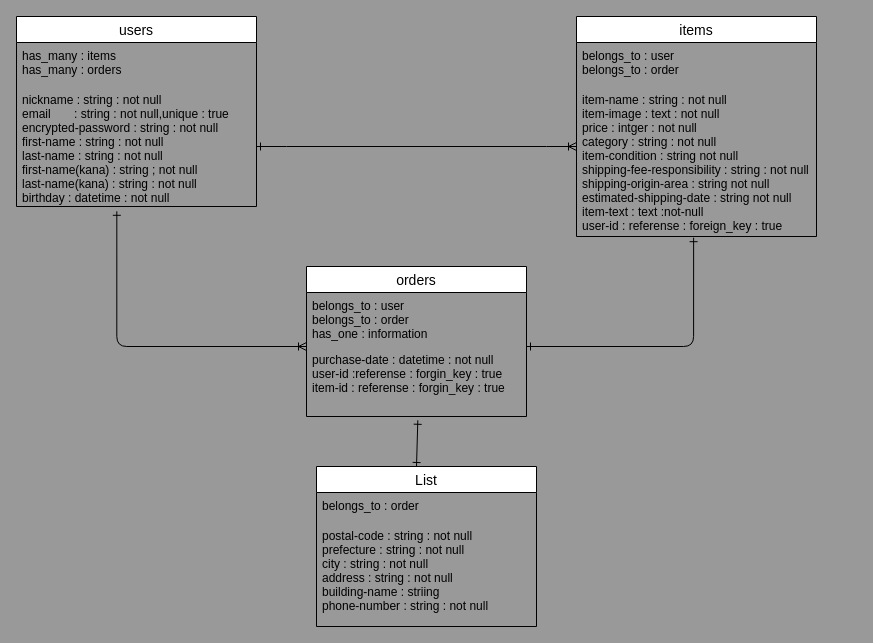
ks022564/furima-41030 keeps this draw.io diagram as furima.dio. Above is the earlier version. Source tidied: cells renumbered, new cells numbered last; positions are measured from the earlier drawing's top-left corner, leaving out a move shared by most shapes. Both pictures are drawn from the tidied source at 100%, with x=0, y=0 at pixel (16, 16).
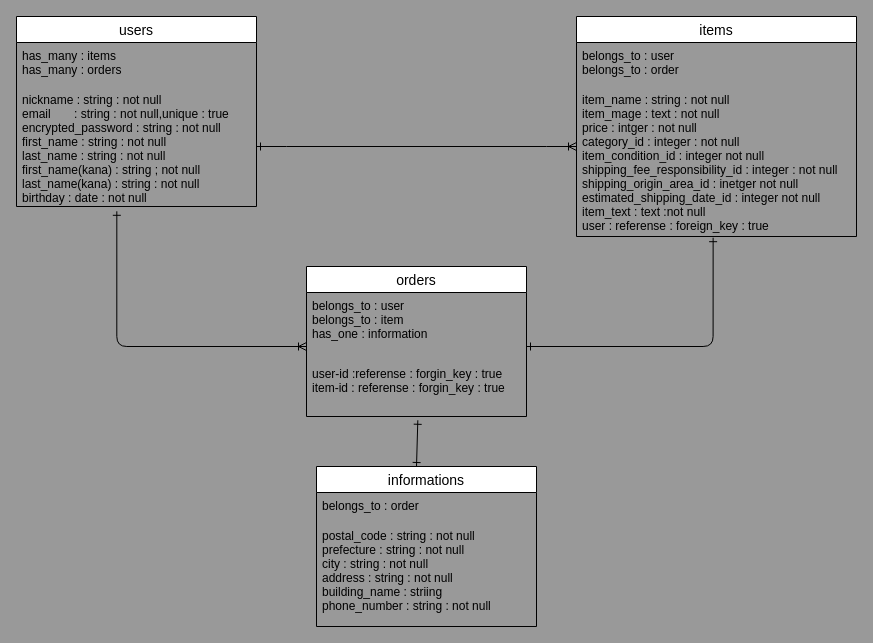
Above is the later version.

Commit message (it also covers changes not shown here):
ER図。DB設計修正

Unchanged cells that the change refers to:
```xml
<mxCell id="4" value="orders" style="swimlane;fontStyle=0;horizontal=1;startSize=26;align=center;fontSize=14;" parent="1" vertex="1">
  <mxGeometry x="290" y="250" width="220" height="150" as="geometry" />
</mxCell>
<mxCell id="7" value="users" style="swimlane;fontStyle=0;horizontal=1;startSize=26;align=center;fontSize=14;" parent="1" vertex="1">
  <mxGeometry width="240" height="190" as="geometry" />
</mxCell>
```

Diff of the diagram source:
```diff
@@
-    <mxCell id="5" value="belongs_to : user&#10;belongs_to : order&#10;has_one : information" style="text;strokeColor=none;fillColor=none;spacingLeft=4;spacingRight=4;overflow=hidden;fontSize=12;" parent="4" vertex="1">
+    <mxCell id="5" value="belongs_to : user&#10;belongs_to : item&#10;has_one : information" style="text;strokeColor=none;fillColor=none;spacingLeft=4;spacingRight=4;overflow=hidden;fontSize=12;" parent="4" vertex="1">
       <mxGeometry y="26" width="220" height="54" as="geometry" />
     </mxCell>
-    <mxCell id="6" value="purchase-date : datetime : not null&#10;user-id :referense : forgin_key : true&#10;item-id : referense : forgin_key : true" style="text;strokeColor=none;fillColor=none;spacingLeft=4;spacingRight=4;overflow=hidden;points=[[0,0.5],[1,0.5]];portConstraint=eastwest;fontSize=12;" parent="4" vertex="1">
+    <mxCell id="6" value="&#10;user-id :referense : forgin_key : true&#10;item-id : referense : forgin_key : true" style="text;strokeColor=none;fillColor=none;spacingLeft=4;spacingRight=4;overflow=hidden;points=[[0,0.5],[1,0.5]];portConstraint=eastwest;fontSize=12;" parent="4" vertex="1">
       <mxGeometry y="80" width="220" height="70" as="geometry" />
     </mxCell>
@@
-    <mxCell id="9" value="nickname : string : not null&#10;email       : string : not null,unique : true&#10;encrypted-password : string : not null&#10;first-name : string : not null&#10;last-name : string : not null&#10;first-name(kana) : string ; not null&#10;last-name(kana) : string : not null&#10;birthday : datetime : not null" style="text;strokeColor=none;fillColor=none;spacingLeft=4;spacingRight=4;overflow=hidden;points=[[0,0.5],[1,0.5]];portConstraint=eastwest;fontSize=12;" parent="7" vertex="1">
+    <mxCell id="9" value="nickname : string : not null&#10;email       : string : not null,unique : true&#10;encrypted_password : string : not null&#10;first_name : string : not null&#10;last_name : string : not null&#10;first_name(kana) : string ; not null&#10;last_name(kana) : string : not null&#10;birthday : date : not null" style="text;strokeColor=none;fillColor=none;spacingLeft=4;spacingRight=4;overflow=hidden;points=[[0,0.5],[1,0.5]];portConstraint=eastwest;fontSize=12;" parent="7" vertex="1">
       <mxGeometry y="70" width="240" height="120" as="geometry" />
     </mxCell>
     <mxCell id="10" value="items" style="swimlane;fontStyle=0;horizontal=1;startSize=26;align=center;fontSize=14;" parent="1" vertex="1">
-      <mxGeometry x="560" width="240" height="220" as="geometry" />
+      <mxGeometry x="560" width="280" height="220" as="geometry" />
     </mxCell>
     <mxCell id="11" value="belongs_to : user&#10;belongs_to : order" style="text;strokeColor=none;fillColor=none;spacingLeft=4;spacingRight=4;overflow=hidden;fontSize=12;" parent="10" vertex="1">
-      <mxGeometry y="26" width="240" height="44" as="geometry" />
+      <mxGeometry y="26" width="280" height="44" as="geometry" />
     </mxCell>
-    <mxCell id="12" value="item-name : string : not null&#10;item-image : text : not null&#10;price : intger : not null&#10;category : string : not null&#10;item-condition : string not null&#10;shipping-fee-responsibility : string : not null&#10;shipping-origin-area : string not null&#10;estimated-shipping-date : string not null&#10;item-text : text :not-null&#10;user-id : referense : foreign_key : true" style="text;strokeColor=none;fillColor=none;spacingLeft=4;spacingRight=4;overflow=hidden;points=[[0,0.5],[1,0.5]];portConstraint=eastwest;fontSize=12;" parent="10" vertex="1">
-      <mxGeometry y="70" width="240" height="150" as="geometry" />
+    <mxCell id="12" value="item_name : string : not null&#10;item_mage : text : not null&#10;price : intger : not null&#10;category_id : integer : not null&#10;item_condition_id : integer not null&#10;shipping_fee_responsibility_id : integer : not null&#10;shipping_origin_area_id : inetger not null&#10;estimated_shipping_date_id : integer not null&#10;item_text : text :not null&#10;user : referense : foreign_key : true" style="text;strokeColor=none;fillColor=none;spacingLeft=4;spacingRight=4;overflow=hidden;points=[[0,0.5],[1,0.5]];portConstraint=eastwest;fontSize=12;" parent="10" vertex="1">
+      <mxGeometry y="70" width="280" height="150" as="geometry" />
     </mxCell>
@@
     <mxCell id="14" style="edgeStyle=orthogonalEdgeStyle;fontSize=12;html=1;endArrow=ERone;entryX=0.488;entryY=1.008;entryDx=0;entryDy=0;entryPerimeter=0;endFill=0;startArrow=ERone;startFill=0;" parent="1" edge="1" target="12">
       <mxGeometry relative="1" as="geometry">
         <mxPoint x="510" y="330" as="sourcePoint" />
         <Array as="points">
-          <mxPoint x="677" y="330" />
+          <mxPoint x="697" y="330" />
         </Array>
       </mxGeometry>
     </mxCell>
-    <mxCell id="15" value="List" style="swimlane;fontStyle=0;horizontal=1;startSize=26;align=center;fontSize=14;" parent="1" vertex="1">
+    <mxCell id="15" value="informations" style="swimlane;fontStyle=0;horizontal=1;startSize=26;align=center;fontSize=14;" parent="1" vertex="1">
       <mxGeometry x="300" y="450" width="220" height="160" as="geometry" />
     </mxCell>
@@
-    <mxCell id="17" value="postal-code : string : not null&#10;prefecture : string : not null&#10;city : string : not null&#10;address : string : not null&#10;building-name : striing&#10;phone-number : string : not null" style="text;strokeColor=none;fillColor=none;spacingLeft=4;spacingRight=4;overflow=hidden;fontSize=12;" parent="15" vertex="1">
+    <mxCell id="17" value="postal_code : string : not null&#10;prefecture : string : not null&#10;city : string : not null&#10;address : string : not null&#10;building_name : striing&#10;phone_number : string : not null" style="text;strokeColor=none;fillColor=none;spacingLeft=4;spacingRight=4;overflow=hidden;fontSize=12;" parent="15" vertex="1">
       <mxGeometry y="56" width="220" height="104" as="geometry" />
     </mxCell>
```
